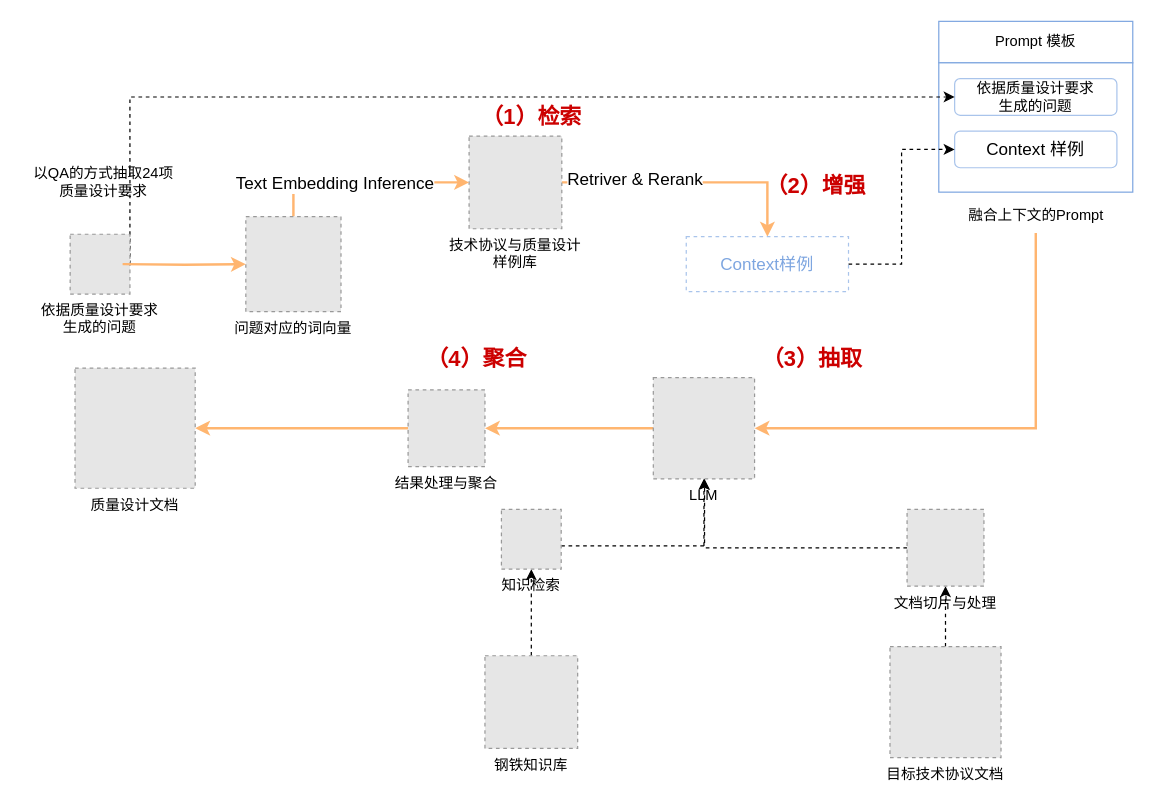
Earlier version of the draw.io diagram 湘.drawio (Wonderful23/algorithm). Source tidied: cells renumbered, new cells numbered last; positions are measured from the earlier drawing's top-left corner, leaving out a move shared by most shapes. Both pictures are drawn from the tidied source at 122%, with x=0, y=0 at pixel (21, 21). Pictures stored in the file or linked from it are replaced by grey dashed boxes.
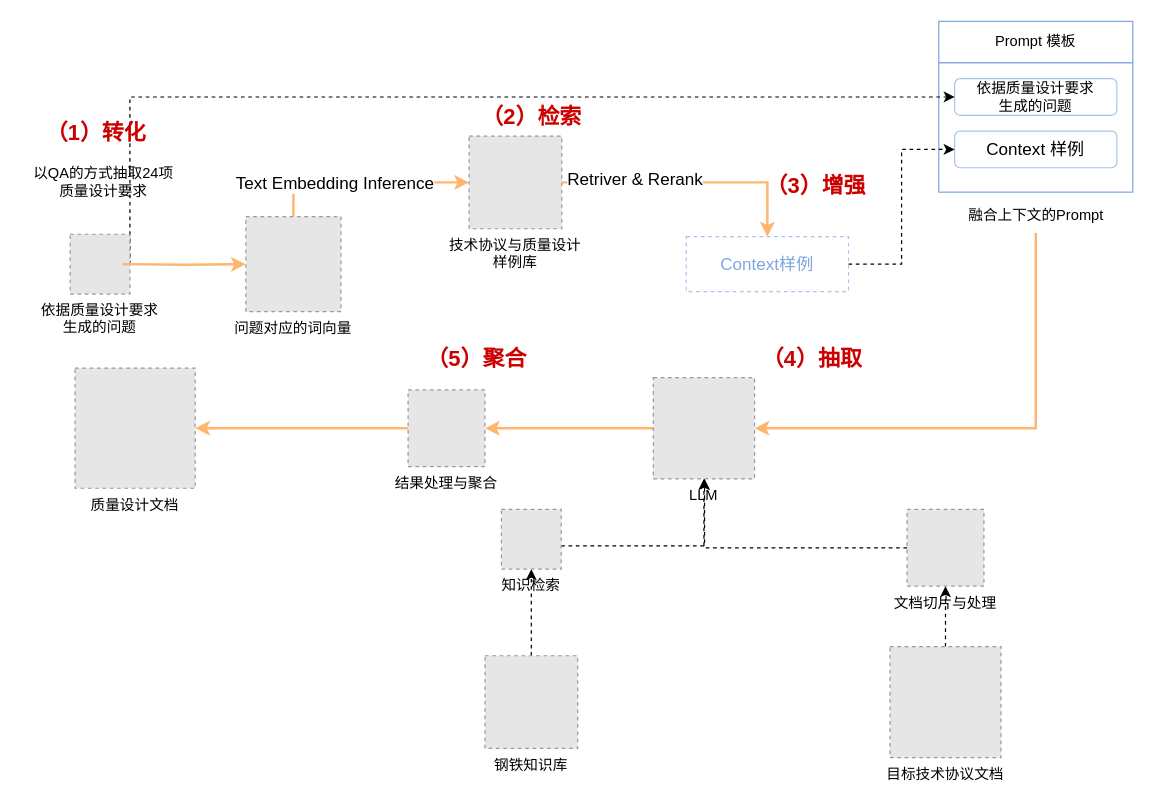
Above is the later version.

What changed in the source:
```diff
@@
-    <mxCell id="17" value="&lt;font color=&quot;#cc0000&quot; style=&quot;font-size: 18px;&quot;&gt;&lt;b&gt;（1）检索&lt;/b&gt;&lt;/font&gt;" style="text;html=1;align=center;verticalAlign=middle;whiteSpace=wrap;rounded=0;" parent="1" vertex="1">
+    <mxCell id="17" value="&lt;font color=&quot;#cc0000&quot; style=&quot;font-size: 18px;&quot;&gt;&lt;b&gt;（2）检索&lt;/b&gt;&lt;/font&gt;" style="text;html=1;align=center;verticalAlign=middle;whiteSpace=wrap;rounded=0;" parent="1" vertex="1">
       <mxGeometry x="375" y="64" width="87" height="30" as="geometry" />
     </mxCell>
-    <mxCell id="18" value="&lt;font color=&quot;#cc0000&quot; style=&quot;font-size: 18px;&quot;&gt;&lt;b&gt;（2）增强&lt;/b&gt;&lt;/font&gt;" style="text;html=1;align=center;verticalAlign=middle;whiteSpace=wrap;rounded=0;" parent="1" vertex="1">
+    <mxCell id="18" value="&lt;font color=&quot;#cc0000&quot; style=&quot;font-size: 18px;&quot;&gt;&lt;b&gt;（3）增强&lt;/b&gt;&lt;/font&gt;" style="text;html=1;align=center;verticalAlign=middle;whiteSpace=wrap;rounded=0;" parent="1" vertex="1">
       <mxGeometry x="608" y="120" width="87" height="30" as="geometry" />
     </mxCell>
-    <mxCell id="19" value="&lt;font color=&quot;#cc0000&quot;&gt;&lt;span style=&quot;font-size: 18px;&quot;&gt;&lt;b&gt;（3）抽取&lt;/b&gt;&lt;/span&gt;&lt;/font&gt;" style="text;html=1;align=center;verticalAlign=middle;whiteSpace=wrap;rounded=0;" parent="1" vertex="1">
+    <mxCell id="19" value="&lt;font color=&quot;#cc0000&quot;&gt;&lt;span style=&quot;font-size: 18px;&quot;&gt;&lt;b&gt;（4）抽取&lt;/b&gt;&lt;/span&gt;&lt;/font&gt;" style="text;html=1;align=center;verticalAlign=middle;whiteSpace=wrap;rounded=0;" parent="1" vertex="1">
       <mxGeometry x="605" y="262" width="87" height="30" as="geometry" />
     </mxCell>
@@
-    <mxCell id="36" value="&lt;font color=&quot;#cc0000&quot;&gt;&lt;span style=&quot;font-size: 18px;&quot;&gt;&lt;b&gt;（4）聚合&lt;/b&gt;&lt;/span&gt;&lt;/font&gt;" style="text;html=1;align=center;verticalAlign=middle;whiteSpace=wrap;rounded=0;" parent="1" vertex="1">
+    <mxCell id="36" value="&lt;font color=&quot;#cc0000&quot;&gt;&lt;span style=&quot;font-size: 18px;&quot;&gt;&lt;b&gt;（5）聚合&lt;/b&gt;&lt;/span&gt;&lt;/font&gt;" style="text;html=1;align=center;verticalAlign=middle;whiteSpace=wrap;rounded=0;" parent="1" vertex="1">
       <mxGeometry x="330" y="262" width="87" height="30" as="geometry" />
     </mxCell>
+    <mxCell id="37" value="&lt;font color=&quot;#cc0000&quot; style=&quot;font-size: 18px;&quot;&gt;&lt;b&gt;（1）转化&lt;/b&gt;&lt;/font&gt;" style="text;html=1;align=center;verticalAlign=middle;whiteSpace=wrap;rounded=0;" parent="1" vertex="1">
+      <mxGeometry x="18" y="77" width="87" height="30" as="geometry" />
+    </mxCell>
```
